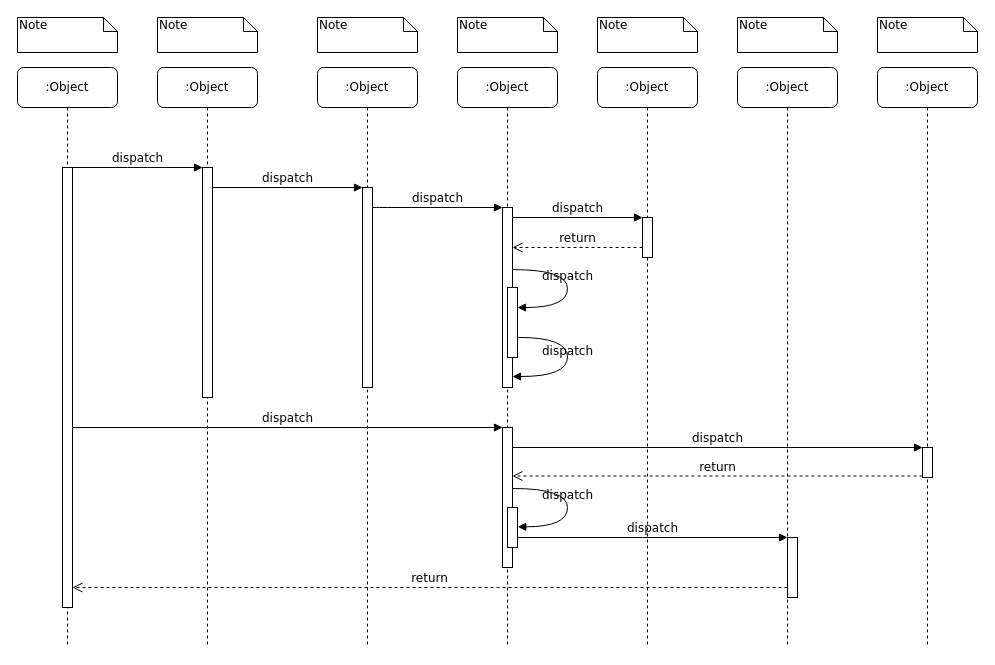
The draw.io diagram ODS.drawio in waterwatermelon/graph, before the edit. Source tidied: cells renumbered, new cells numbered last; positions are measured from the earlier drawing's top-left corner, leaving out a move shared by most shapes. Both pictures are drawn from the tidied source at 100%, with x=0, y=0 at pixel (17, 17).
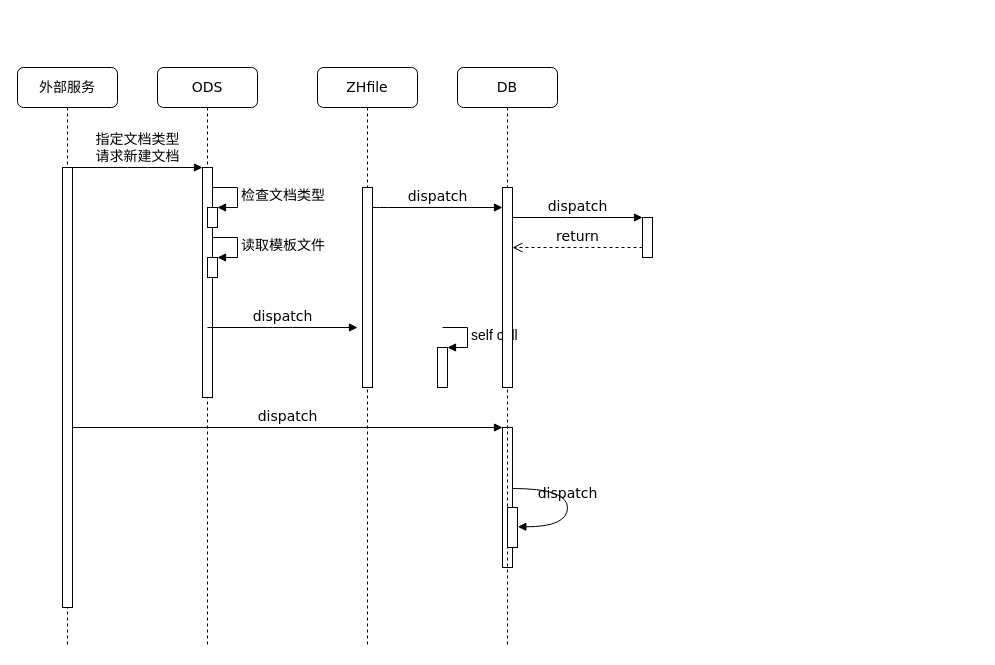
After the change.

Change to the diagram source:
```diff
@@
-    <mxCell id="2" value=":Object" style="shape=umlLifeline;perimeter=lifelinePerimeter;whiteSpace=wrap;html=1;rounded=1;shadow=0;comic=0;labelBackgroundColor=none;strokeWidth=1;fontFamily=Verdana;fontSize=12;align=center;" parent="1" vertex="1">
+    <mxCell id="2" value="ODS" style="shape=umlLifeline;perimeter=lifelinePerimeter;whiteSpace=wrap;html=1;rounded=1;shadow=0;comic=0;labelBackgroundColor=none;strokeWidth=1;fontFamily=Verdana;fontSize=14;align=center;" parent="1" vertex="1">
       <mxGeometry x="140" y="50" width="100" height="580" as="geometry" />
     </mxCell>
-    <mxCell id="3" style="html=1;points=[];perimeter=orthogonalPerimeter;rounded=0;shadow=0;comic=0;labelBackgroundColor=none;strokeWidth=1;fontFamily=Verdana;fontSize=12;align=center;" parent="2" vertex="1">
+    <mxCell id="3" style="html=1;points=[];perimeter=orthogonalPerimeter;rounded=0;shadow=0;comic=0;labelBackgroundColor=none;strokeWidth=1;fontFamily=Verdana;fontSize=14;align=center;" parent="2" vertex="1">
       <mxGeometry x="45" y="100" width="10" height="230" as="geometry" />
     </mxCell>
+    <mxCell id="39" style="html=1;points=[];perimeter=orthogonalPerimeter;fontSize=14;" parent="2" vertex="1">
+      <mxGeometry x="50" y="140" width="10" height="20" as="geometry" />
+    </mxCell>
+    <mxCell id="40" value="检查文档类型" style="edgeStyle=orthogonalEdgeStyle;html=1;align=left;spacingLeft=2;endArrow=block;rounded=0;entryX=1;entryY=0;fontSize=14;" parent="2" edge="1" target="39">
+      <mxGeometry relative="1" as="geometry">
+        <mxPoint x="55" y="120" as="sourcePoint" />
+        <Array as="points">
+          <mxPoint x="80" y="120" />
+          <mxPoint x="80" y="140" />
+        </Array>
+      </mxGeometry>
+    </mxCell>
-    <mxCell id="4" value=":Object" style="shape=umlLifeline;perimeter=lifelinePerimeter;whiteSpace=wrap;html=1;rounded=1;shadow=0;comic=0;labelBackgroundColor=none;strokeWidth=1;fontFamily=Verdana;fontSize=12;align=center;" parent="1" vertex="1">
+    <mxCell id="4" value="ZHfile" style="shape=umlLifeline;perimeter=lifelinePerimeter;whiteSpace=wrap;html=1;rounded=1;shadow=0;comic=0;labelBackgroundColor=none;strokeWidth=1;fontFamily=Verdana;fontSize=14;align=center;" parent="1" vertex="1">
       <mxGeometry x="300" y="50" width="100" height="580" as="geometry" />
     </mxCell>
-    <mxCell id="5" style="html=1;points=[];perimeter=orthogonalPerimeter;rounded=0;shadow=0;comic=0;labelBackgroundColor=none;strokeWidth=1;fontFamily=Verdana;fontSize=12;align=center;" parent="4" vertex="1">
+    <mxCell id="5" style="html=1;points=[];perimeter=orthogonalPerimeter;rounded=0;shadow=0;comic=0;labelBackgroundColor=none;strokeWidth=1;fontFamily=Verdana;fontSize=14;align=center;" parent="4" vertex="1">
       <mxGeometry x="45" y="120" width="10" height="200" as="geometry" />
     </mxCell>
-    <mxCell id="6" value=":Object" style="shape=umlLifeline;perimeter=lifelinePerimeter;whiteSpace=wrap;html=1;rounded=1;shadow=0;comic=0;labelBackgroundColor=none;strokeWidth=1;fontFamily=Verdana;fontSize=12;align=center;" parent="1" vertex="1">
-      <mxGeometry x="440" y="50" width="100" height="580" as="geometry" />
-    </mxCell>
-    <mxCell id="7" value=":Object" style="shape=umlLifeline;perimeter=lifelinePerimeter;whiteSpace=wrap;html=1;rounded=1;shadow=0;comic=0;labelBackgroundColor=none;strokeWidth=1;fontFamily=Verdana;fontSize=12;align=center;" parent="1" vertex="1">
-      <mxGeometry x="580" y="50" width="100" height="580" as="geometry" />
-    </mxCell>
-    <mxCell id="8" value=":Object" style="shape=umlLifeline;perimeter=lifelinePerimeter;whiteSpace=wrap;html=1;rounded=1;shadow=0;comic=0;labelBackgroundColor=none;strokeWidth=1;fontFamily=Verdana;fontSize=12;align=center;" parent="1" vertex="1">
-      <mxGeometry x="720" y="50" width="100" height="580" as="geometry" />
-    </mxCell>
-    <mxCell id="9" value=":Object" style="shape=umlLifeline;perimeter=lifelinePerimeter;whiteSpace=wrap;html=1;rounded=1;shadow=0;comic=0;labelBackgroundColor=none;strokeWidth=1;fontFamily=Verdana;fontSize=12;align=center;" parent="1" vertex="1">
-      <mxGeometry x="860" y="50" width="100" height="580" as="geometry" />
-    </mxCell>
-    <mxCell id="10" value=":Object" style="shape=umlLifeline;perimeter=lifelinePerimeter;whiteSpace=wrap;html=1;rounded=1;shadow=0;comic=0;labelBackgroundColor=none;strokeWidth=1;fontFamily=Verdana;fontSize=12;align=center;" parent="1" vertex="1">
+    <mxCell id="10" value="外部服务" style="shape=umlLifeline;perimeter=lifelinePerimeter;whiteSpace=wrap;html=1;rounded=1;shadow=0;comic=0;labelBackgroundColor=none;strokeWidth=1;fontFamily=Verdana;fontSize=14;align=center;" parent="1" vertex="1">
       <mxGeometry y="50" width="100" height="580" as="geometry" />
     </mxCell>
-    <mxCell id="11" style="html=1;points=[];perimeter=orthogonalPerimeter;rounded=0;shadow=0;comic=0;labelBackgroundColor=none;strokeWidth=1;fontFamily=Verdana;fontSize=12;align=center;" parent="10" vertex="1">
+    <mxCell id="11" style="html=1;points=[];perimeter=orthogonalPerimeter;rounded=0;shadow=0;comic=0;labelBackgroundColor=none;strokeWidth=1;fontFamily=Verdana;fontSize=14;align=center;" parent="10" vertex="1">
       <mxGeometry x="45" y="100" width="10" height="440" as="geometry" />
     </mxCell>
-    <mxCell id="12" style="html=1;points=[];perimeter=orthogonalPerimeter;rounded=0;shadow=0;comic=0;labelBackgroundColor=none;strokeWidth=1;fontFamily=Verdana;fontSize=12;align=center;" parent="1" vertex="1">
-      <mxGeometry x="485" y="190" width="10" height="180" as="geometry" />
-    </mxCell>
-    <mxCell id="13" value="dispatch" style="html=1;verticalAlign=bottom;endArrow=block;labelBackgroundColor=none;fontFamily=Verdana;fontSize=12;edgeStyle=elbowEdgeStyle;elbow=vertical;" parent="1" edge="1" source="5" target="12">
+    <mxCell id="13" value="dispatch" style="html=1;verticalAlign=bottom;endArrow=block;labelBackgroundColor=none;fontFamily=Verdana;fontSize=14;edgeStyle=elbowEdgeStyle;elbow=vertical;" parent="1" edge="1" source="5">
       <mxGeometry relative="1" as="geometry">
+        <mxPoint x="485" y="190" as="targetPoint" />
         <Array as="points">
           <mxPoint x="360" y="190" />
         </Array>
       </mxGeometry>
     </mxCell>
-    <mxCell id="14" style="html=1;points=[];perimeter=orthogonalPerimeter;rounded=0;shadow=0;comic=0;labelBackgroundColor=none;strokeWidth=1;fontFamily=Verdana;fontSize=12;align=center;" parent="1" vertex="1">
+    <mxCell id="14" style="html=1;points=[];perimeter=orthogonalPerimeter;rounded=0;shadow=0;comic=0;labelBackgroundColor=none;strokeWidth=1;fontFamily=Verdana;fontSize=14;align=center;" parent="1" vertex="1">
       <mxGeometry x="625" y="200" width="10" height="40" as="geometry" />
     </mxCell>
-    <mxCell id="15" value="dispatch" style="html=1;verticalAlign=bottom;endArrow=block;entryX=0;entryY=0;labelBackgroundColor=none;fontFamily=Verdana;fontSize=12;edgeStyle=elbowEdgeStyle;elbow=vertical;" parent="1" edge="1" source="12" target="14">
-      <mxGeometry relative="1" as="geometry" />
+    <mxCell id="15" value="dispatch" style="html=1;verticalAlign=bottom;endArrow=block;entryX=0;entryY=0;labelBackgroundColor=none;fontFamily=Verdana;fontSize=14;edgeStyle=elbowEdgeStyle;elbow=vertical;" parent="1" edge="1" target="14">
+      <mxGeometry relative="1" as="geometry">
+        <mxPoint x="495" y="200" as="sourcePoint" />
+      </mxGeometry>
     </mxCell>
-    <mxCell id="16" value="return" style="html=1;verticalAlign=bottom;endArrow=open;dashed=1;endSize=8;labelBackgroundColor=none;fontFamily=Verdana;fontSize=12;edgeStyle=elbowEdgeStyle;elbow=vertical;" parent="1" edge="1" source="14" target="12">
+    <mxCell id="16" value="return" style="html=1;verticalAlign=bottom;endArrow=open;dashed=1;endSize=8;labelBackgroundColor=none;fontFamily=Verdana;fontSize=14;edgeStyle=elbowEdgeStyle;elbow=vertical;" parent="1" edge="1" source="14">
       <mxGeometry relative="1" as="geometry">
+        <mxPoint x="495" y="230" as="targetPoint" />
         <Array as="points">
           <mxPoint x="570" y="230" />
           <mxPoint x="600" y="230" />
         </Array>
       </mxGeometry>
     </mxCell>
-    <mxCell id="17" style="html=1;points=[];perimeter=orthogonalPerimeter;rounded=0;shadow=0;comic=0;labelBackgroundColor=none;strokeWidth=1;fontFamily=Verdana;fontSize=12;align=center;" parent="1" vertex="1">
+    <mxCell id="17" style="html=1;points=[];perimeter=orthogonalPerimeter;rounded=0;shadow=0;comic=0;labelBackgroundColor=none;strokeWidth=1;fontFamily=Verdana;fontSize=14;align=center;" parent="1" vertex="1">
       <mxGeometry x="485" y="410" width="10" height="140" as="geometry" />
     </mxCell>
-    <mxCell id="18" value="dispatch" style="html=1;verticalAlign=bottom;endArrow=block;entryX=0;entryY=0;labelBackgroundColor=none;fontFamily=Verdana;fontSize=12;" parent="1" edge="1" source="11" target="17">
+    <mxCell id="18" value="dispatch" style="html=1;verticalAlign=bottom;endArrow=block;entryX=0;entryY=0;labelBackgroundColor=none;fontFamily=Verdana;fontSize=14;" parent="1" edge="1" source="11" target="17">
       <mxGeometry relative="1" as="geometry" />
     </mxCell>
-    <mxCell id="19" style="html=1;points=[];perimeter=orthogonalPerimeter;rounded=0;shadow=0;comic=0;labelBackgroundColor=none;strokeColor=#000000;strokeWidth=1;fillColor=#FFFFFF;fontFamily=Verdana;fontSize=12;fontColor=#000000;align=center;" parent="1" vertex="1">
-      <mxGeometry x="905" y="430" width="10" height="30" as="geometry" />
-    </mxCell>
-    <mxCell id="20" value="dispatch" style="html=1;verticalAlign=bottom;endArrow=block;entryX=0;entryY=0;labelBackgroundColor=none;fontFamily=Verdana;fontSize=12;" parent="1" edge="1" source="17" target="19">
-      <mxGeometry relative="1" as="geometry" />
-    </mxCell>
-    <mxCell id="21" value="return" style="html=1;verticalAlign=bottom;endArrow=open;dashed=1;endSize=8;exitX=0;exitY=0.95;labelBackgroundColor=none;fontFamily=Verdana;fontSize=12;" parent="1" edge="1" source="19" target="17">
-      <mxGeometry relative="1" as="geometry" />
-    </mxCell>
-    <mxCell id="22" style="html=1;points=[];perimeter=orthogonalPerimeter;rounded=0;shadow=0;comic=0;labelBackgroundColor=none;strokeWidth=1;fontFamily=Verdana;fontSize=12;align=center;" parent="1" vertex="1">
-      <mxGeometry x="770" y="520" width="10" height="60" as="geometry" />
-    </mxCell>
-    <mxCell id="23" value="dispatch" style="html=1;verticalAlign=bottom;endArrow=block;entryX=0;entryY=0;labelBackgroundColor=none;fontFamily=Verdana;fontSize=12;edgeStyle=elbowEdgeStyle;elbow=vertical;" parent="1" edge="1" source="30" target="22">
-      <mxGeometry relative="1" as="geometry" />
-    </mxCell>
-    <mxCell id="24" value="return" style="html=1;verticalAlign=bottom;endArrow=open;dashed=1;endSize=8;labelBackgroundColor=none;fontFamily=Verdana;fontSize=12;edgeStyle=elbowEdgeStyle;elbow=vertical;" parent="1" edge="1" source="22" target="11">
-      <mxGeometry relative="1" as="geometry">
-        <Array as="points">
-          <mxPoint x="470" y="570" />
-        </Array>
-      </mxGeometry>
-    </mxCell>
-    <mxCell id="25" value="dispatch" style="html=1;verticalAlign=bottom;endArrow=block;entryX=0;entryY=0;labelBackgroundColor=none;fontFamily=Verdana;fontSize=12;edgeStyle=elbowEdgeStyle;elbow=vertical;" parent="1" edge="1" source="11" target="3">
+    <mxCell id="25" value="指定文档类型&lt;br style=&quot;font-size: 14px;&quot;&gt;请求新建文档" style="html=1;verticalAlign=bottom;endArrow=block;entryX=0;entryY=0;labelBackgroundColor=none;fontFamily=Verdana;fontSize=14;edgeStyle=elbowEdgeStyle;elbow=vertical;" parent="1" edge="1" source="11" target="3">
       <mxGeometry relative="1" as="geometry" />
     </mxCell>
-    <mxCell id="26" value="dispatch" style="html=1;verticalAlign=bottom;endArrow=block;entryX=0;entryY=0;labelBackgroundColor=none;fontFamily=Verdana;fontSize=12;edgeStyle=elbowEdgeStyle;elbow=vertical;" parent="1" edge="1" source="3" target="5">
-      <mxGeometry relative="1" as="geometry" />
+    <mxCell id="26" value="dispatch" style="html=1;verticalAlign=bottom;endArrow=block;entryX=0;entryY=0;labelBackgroundColor=none;fontFamily=Verdana;fontSize=14;edgeStyle=elbowEdgeStyle;elbow=vertical;" parent="1" edge="1">
+      <mxGeometry relative="1" as="geometry">
+        <mxPoint x="190" y="310" as="sourcePoint" />
+        <mxPoint x="340" y="310" as="targetPoint" />
+      </mxGeometry>
     </mxCell>
-    <mxCell id="27" style="html=1;points=[];perimeter=orthogonalPerimeter;rounded=0;shadow=0;comic=0;labelBackgroundColor=none;strokeWidth=1;fontFamily=Verdana;fontSize=12;align=center;" parent="1" vertex="1">
-      <mxGeometry x="490" y="270" width="10" height="70" as="geometry" />
-    </mxCell>
-    <mxCell id="28" value="dispatch" style="html=1;verticalAlign=bottom;endArrow=block;labelBackgroundColor=none;fontFamily=Verdana;fontSize=12;elbow=vertical;edgeStyle=orthogonalEdgeStyle;curved=1;entryX=1;entryY=0.286;entryPerimeter=0;exitX=1.038;exitY=0.345;exitPerimeter=0;" parent="1" edge="1" source="12" target="27">
-      <mxGeometry relative="1" as="geometry">
-        <Array as="points">
-          <mxPoint x="550" y="252" />
-          <mxPoint x="550" y="290" />
-        </Array>
-      </mxGeometry>
-    </mxCell>
-    <mxCell id="29" value="dispatch" style="html=1;verticalAlign=bottom;endArrow=block;labelBackgroundColor=none;fontFamily=Verdana;fontSize=12;elbow=vertical;edgeStyle=orthogonalEdgeStyle;curved=1;exitX=1.066;exitY=0.713;exitPerimeter=0;" parent="1" edge="1" source="27">
-      <mxGeometry relative="1" as="geometry">
-        <mxPoint x="495" y="359" as="targetPoint" />
-        <Array as="points">
-          <mxPoint x="550" y="320" />
-          <mxPoint x="550" y="359" />
-        </Array>
-      </mxGeometry>
-    </mxCell>
-    <mxCell id="30" style="html=1;points=[];perimeter=orthogonalPerimeter;rounded=0;shadow=0;comic=0;labelBackgroundColor=none;strokeWidth=1;fontFamily=Verdana;fontSize=12;align=center;" parent="1" vertex="1">
+    <mxCell id="30" style="html=1;points=[];perimeter=orthogonalPerimeter;rounded=0;shadow=0;comic=0;labelBackgroundColor=none;strokeWidth=1;fontFamily=Verdana;fontSize=14;align=center;" parent="1" vertex="1">
       <mxGeometry x="490" y="490" width="10" height="40" as="geometry" />
     </mxCell>
-    <mxCell id="31" value="dispatch" style="html=1;verticalAlign=bottom;endArrow=block;labelBackgroundColor=none;fontFamily=Verdana;fontSize=12;elbow=vertical;edgeStyle=orthogonalEdgeStyle;curved=1;entryX=1;entryY=0.286;entryPerimeter=0;exitX=1.038;exitY=0.345;exitPerimeter=0;" parent="1" edge="1">
+    <mxCell id="31" value="dispatch" style="html=1;verticalAlign=bottom;endArrow=block;labelBackgroundColor=none;fontFamily=Verdana;fontSize=14;elbow=vertical;edgeStyle=orthogonalEdgeStyle;curved=1;entryX=1;entryY=0.286;entryPerimeter=0;exitX=1.038;exitY=0.345;exitPerimeter=0;" parent="1" edge="1">
       <mxGeometry relative="1" as="geometry">
         <mxPoint x="495.3" y="471" as="sourcePoint" />
         <mxPoint x="500.3" y="509.3" as="targetPoint" />
         <Array as="points">
           <mxPoint x="550" y="471" />
           <mxPoint x="550" y="509" />
         </Array>
       </mxGeometry>
     </mxCell>
-    <mxCell id="32" value="Note" style="shape=note;whiteSpace=wrap;html=1;size=14;verticalAlign=top;align=left;spacingTop=-6;rounded=0;shadow=0;comic=0;labelBackgroundColor=none;strokeWidth=1;fontFamily=Verdana;fontSize=12;" parent="1" vertex="1">
-      <mxGeometry width="100" height="35" as="geometry" />
-    </mxCell>
-    <mxCell id="33" value="Note" style="shape=note;whiteSpace=wrap;html=1;size=14;verticalAlign=top;align=left;spacingTop=-6;rounded=0;shadow=0;comic=0;labelBackgroundColor=none;strokeWidth=1;fontFamily=Verdana;fontSize=12;" parent="1" vertex="1">
-      <mxGeometry x="140" width="100" height="35" as="geometry" />
-    </mxCell>
-    <mxCell id="34" value="Note" style="shape=note;whiteSpace=wrap;html=1;size=14;verticalAlign=top;align=left;spacingTop=-6;rounded=0;shadow=0;comic=0;labelBackgroundColor=none;strokeWidth=1;fontFamily=Verdana;fontSize=12;" parent="1" vertex="1">
-      <mxGeometry x="300" width="100" height="35" as="geometry" />
-    </mxCell>
-    <mxCell id="35" value="Note" style="shape=note;whiteSpace=wrap;html=1;size=14;verticalAlign=top;align=left;spacingTop=-6;rounded=0;shadow=0;comic=0;labelBackgroundColor=none;strokeWidth=1;fontFamily=Verdana;fontSize=12;" parent="1" vertex="1">
-      <mxGeometry x="440" width="100" height="35" as="geometry" />
-    </mxCell>
-    <mxCell id="36" value="Note" style="shape=note;whiteSpace=wrap;html=1;size=14;verticalAlign=top;align=left;spacingTop=-6;rounded=0;shadow=0;comic=0;labelBackgroundColor=none;strokeWidth=1;fontFamily=Verdana;fontSize=12;" parent="1" vertex="1">
-      <mxGeometry x="580" width="100" height="35" as="geometry" />
-    </mxCell>
-    <mxCell id="37" value="Note" style="shape=note;whiteSpace=wrap;html=1;size=14;verticalAlign=top;align=left;spacingTop=-6;rounded=0;shadow=0;comic=0;labelBackgroundColor=none;strokeWidth=1;fontFamily=Verdana;fontSize=12;" parent="1" vertex="1">
-      <mxGeometry x="720" width="100" height="35" as="geometry" />
-    </mxCell>
-    <mxCell id="38" value="Note" style="shape=note;whiteSpace=wrap;html=1;size=14;verticalAlign=top;align=left;spacingTop=-6;rounded=0;shadow=0;comic=0;labelBackgroundColor=none;strokeWidth=1;fontFamily=Verdana;fontSize=12;" parent="1" vertex="1">
-      <mxGeometry x="860" width="100" height="35" as="geometry" />
-    </mxCell>
+    <mxCell id="41" style="html=1;points=[];perimeter=orthogonalPerimeter;fontSize=14;" parent="1" vertex="1">
+      <mxGeometry x="420" y="330" width="10" height="40" as="geometry" />
+    </mxCell>
+    <mxCell id="42" value="self call" style="edgeStyle=orthogonalEdgeStyle;html=1;align=left;spacingLeft=2;endArrow=block;rounded=0;entryX=1;entryY=0;fontSize=14;" parent="1" edge="1" target="41">
+      <mxGeometry relative="1" as="geometry">
+        <mxPoint x="425" y="310" as="sourcePoint" />
+        <Array as="points">
+          <mxPoint x="450" y="310" />
+        </Array>
+      </mxGeometry>
+    </mxCell>
+    <mxCell id="43" value="DB" style="shape=umlLifeline;perimeter=lifelinePerimeter;whiteSpace=wrap;html=1;rounded=1;shadow=0;comic=0;labelBackgroundColor=none;strokeWidth=1;fontFamily=Verdana;fontSize=14;align=center;" parent="1" vertex="1">
+      <mxGeometry x="440" y="50" width="100" height="580" as="geometry" />
+    </mxCell>
+    <mxCell id="44" style="html=1;perimeter=orthogonalPerimeter;rounded=0;shadow=0;comic=0;labelBackgroundColor=none;strokeWidth=1;fontFamily=Verdana;fontSize=14;align=center;" parent="43" vertex="1">
+      <mxGeometry x="45" y="120" width="10" height="200" as="geometry" />
+    </mxCell>
+    <mxCell id="45" style="html=1;points=[];perimeter=orthogonalPerimeter;fontSize=14;" parent="1" vertex="1">
+      <mxGeometry x="190" y="240" width="10" height="20" as="geometry" />
+    </mxCell>
+    <mxCell id="46" value="读取模板文件" style="edgeStyle=orthogonalEdgeStyle;html=1;align=left;spacingLeft=2;endArrow=block;rounded=0;entryX=1;entryY=0;fontSize=14;" parent="1" edge="1" target="45">
+      <mxGeometry relative="1" as="geometry">
+        <mxPoint x="195" y="220" as="sourcePoint" />
+        <Array as="points">
+          <mxPoint x="220" y="220" />
+          <mxPoint x="220" y="240" />
+        </Array>
+      </mxGeometry>
+    </mxCell>
```
